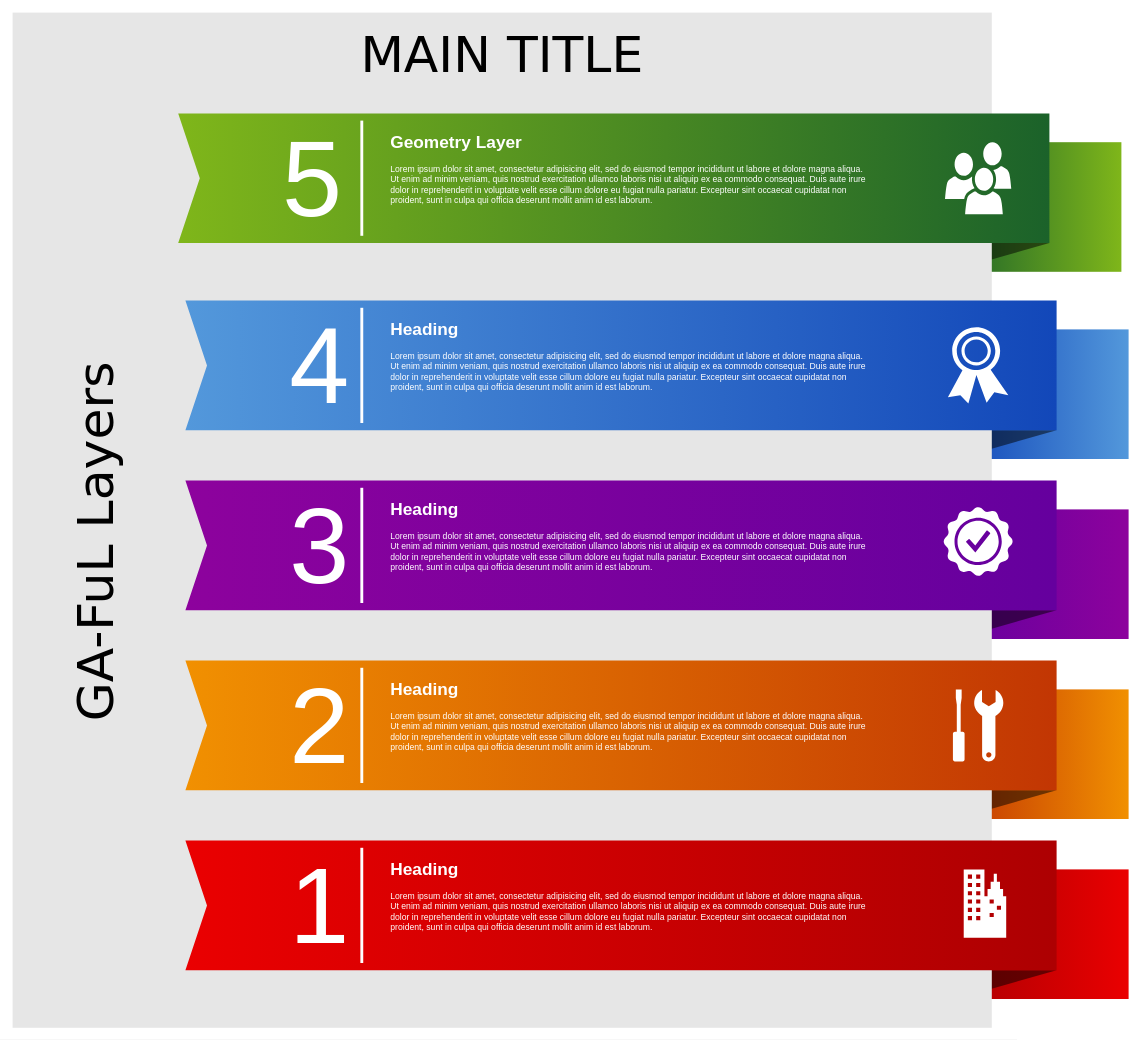
ga-explorer/GeometricAlgebraFulcrumLib keeps this draw.io diagram as GeometricAlgebraFulcrumLib.Documentation/GA-FuL Layers.drawio. Above is the earlier version. Source tidied: cells renumbered, new cells numbered last; positions are measured from the earlier drawing's top-left corner, leaving out a move shared by most shapes. Both pictures are drawn from the tidied source at 72%, with x=0, y=0 at pixel (12, 12).
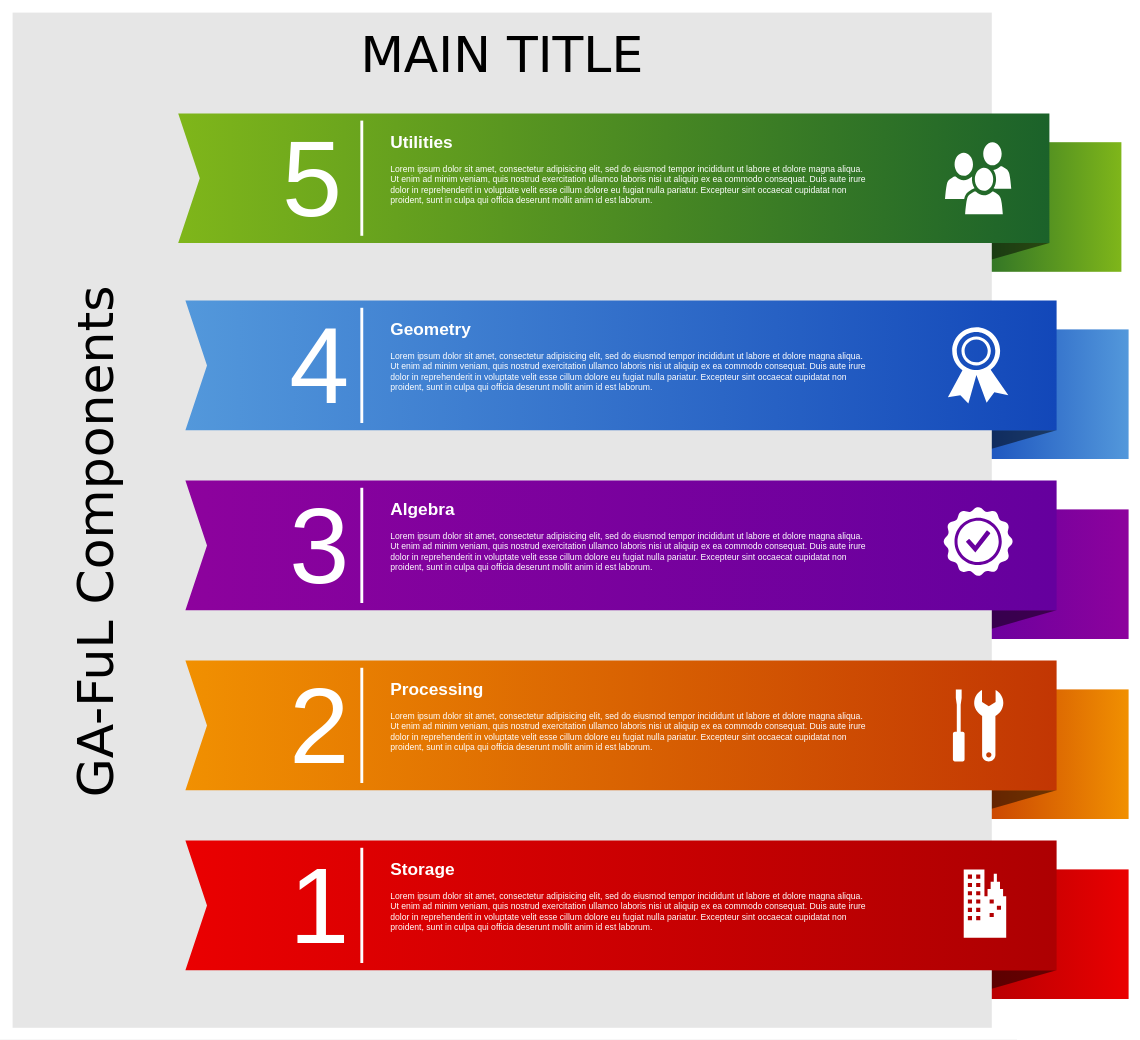
The same diagram, later.

Change to the diagram source:
```diff
@@
-    <mxCell id="18" value="GA-FuL Layers" style="text;html=1;strokeColor=none;fillColor=none;align=center;verticalAlign=middle;whiteSpace=wrap;rounded=0;shadow=0;dashed=0;fontFamily=Verdana;fontSize=70;horizontal=0;" parent="1" vertex="1">
+    <mxCell id="18" value="GA-FuL Components" style="text;html=1;strokeColor=none;fillColor=none;align=center;verticalAlign=middle;whiteSpace=wrap;rounded=0;shadow=0;dashed=0;fontFamily=Verdana;fontSize=70;horizontal=0;" parent="1" vertex="1">
       <mxGeometry x="50" y="140" width="130" height="1190" as="geometry" />
     </mxCell>
@@
-    <mxCell id="29" value="&lt;h1&gt;Geometry Layer&lt;/h1&gt;&lt;p&gt;L&lt;span&gt;orem ipsum dolor sit amet, consectetur adipisicing elit, sed do eiusmod tempor incididunt ut labore et dolore magna aliqua. Ut enim ad minim veniam, quis nostrud exercitation ullamco laboris nisi ut aliquip ex ea commodo consequat. Duis aute irure dolor in reprehenderit in voluptate velit esse cillum dolore eu fugiat nulla pariatur. Excepteur sint occaecat cupidatat non proident, sunt in culpa qui officia deserunt mollit anim id est laborum.&lt;/span&gt;&lt;/p&gt;" style="text;html=1;strokeColor=none;fillColor=none;spacing=5;spacingTop=-20;whiteSpace=wrap;overflow=hidden;rounded=0;shadow=0;dashed=0;fontFamily=Helvetica;fontSize=12;fontColor=#FFFFFF;align=left;" parent="1" vertex="1">
+    <mxCell id="29" value="&lt;h1&gt;Utilities&lt;/h1&gt;&lt;p&gt;L&lt;span&gt;orem ipsum dolor sit amet, consectetur adipisicing elit, sed do eiusmod tempor incididunt ut labore et dolore magna aliqua. Ut enim ad minim veniam, quis nostrud exercitation ullamco laboris nisi ut aliquip ex ea commodo consequat. Duis aute irure dolor in reprehenderit in voluptate velit esse cillum dolore eu fugiat nulla pariatur. Excepteur sint occaecat cupidatat non proident, sunt in culpa qui officia deserunt mollit anim id est laborum.&lt;/span&gt;&lt;/p&gt;" style="text;html=1;strokeColor=none;fillColor=none;spacing=5;spacingTop=-20;whiteSpace=wrap;overflow=hidden;rounded=0;shadow=0;dashed=0;fontFamily=Helvetica;fontSize=12;fontColor=#FFFFFF;align=left;" parent="1" vertex="1">
       <mxGeometry x="520" y="160" width="670" height="140" as="geometry" />
     </mxCell>
-    <mxCell id="30" value="&lt;h1&gt;Heading&lt;/h1&gt;&lt;p&gt;L&lt;span&gt;orem ipsum dolor sit amet, consectetur adipisicing elit, sed do eiusmod tempor incididunt ut labore et dolore magna aliqua. Ut enim ad minim veniam, quis nostrud exercitation ullamco laboris nisi ut aliquip ex ea commodo consequat. Duis aute irure dolor in reprehenderit in voluptate velit esse cillum dolore eu fugiat nulla pariatur. Excepteur sint occaecat cupidatat non proident, sunt in culpa qui officia deserunt mollit anim id est laborum.&lt;/span&gt;&lt;/p&gt;" style="text;html=1;strokeColor=none;fillColor=none;spacing=5;spacingTop=-20;whiteSpace=wrap;overflow=hidden;rounded=0;shadow=0;dashed=0;fontFamily=Helvetica;fontSize=12;fontColor=#FFFFFF;align=left;" parent="1" vertex="1">
+    <mxCell id="30" value="&lt;h1&gt;Geometry&lt;/h1&gt;&lt;p&gt;L&lt;span&gt;orem ipsum dolor sit amet, consectetur adipisicing elit, sed do eiusmod tempor incididunt ut labore et dolore magna aliqua. Ut enim ad minim veniam, quis nostrud exercitation ullamco laboris nisi ut aliquip ex ea commodo consequat. Duis aute irure dolor in reprehenderit in voluptate velit esse cillum dolore eu fugiat nulla pariatur. Excepteur sint occaecat cupidatat non proident, sunt in culpa qui officia deserunt mollit anim id est laborum.&lt;/span&gt;&lt;/p&gt;" style="text;html=1;strokeColor=none;fillColor=none;spacing=5;spacingTop=-20;whiteSpace=wrap;overflow=hidden;rounded=0;shadow=0;dashed=0;fontFamily=Helvetica;fontSize=12;fontColor=#FFFFFF;align=left;" parent="1" vertex="1">
       <mxGeometry x="520" y="420" width="670" height="140" as="geometry" />
     </mxCell>
-    <mxCell id="31" value="&lt;h1&gt;Heading&lt;/h1&gt;&lt;p&gt;L&lt;span&gt;orem ipsum dolor sit amet, consectetur adipisicing elit, sed do eiusmod tempor incididunt ut labore et dolore magna aliqua. Ut enim ad minim veniam, quis nostrud exercitation ullamco laboris nisi ut aliquip ex ea commodo consequat. Duis aute irure dolor in reprehenderit in voluptate velit esse cillum dolore eu fugiat nulla pariatur. Excepteur sint occaecat cupidatat non proident, sunt in culpa qui officia deserunt mollit anim id est laborum.&lt;/span&gt;&lt;/p&gt;" style="text;html=1;strokeColor=none;fillColor=none;spacing=5;spacingTop=-20;whiteSpace=wrap;overflow=hidden;rounded=0;shadow=0;dashed=0;fontFamily=Helvetica;fontSize=12;fontColor=#FFFFFF;align=left;" parent="1" vertex="1">
+    <mxCell id="31" value="&lt;h1&gt;Algebra&lt;/h1&gt;&lt;p&gt;L&lt;span&gt;orem ipsum dolor sit amet, consectetur adipisicing elit, sed do eiusmod tempor incididunt ut labore et dolore magna aliqua. Ut enim ad minim veniam, quis nostrud exercitation ullamco laboris nisi ut aliquip ex ea commodo consequat. Duis aute irure dolor in reprehenderit in voluptate velit esse cillum dolore eu fugiat nulla pariatur. Excepteur sint occaecat cupidatat non proident, sunt in culpa qui officia deserunt mollit anim id est laborum.&lt;/span&gt;&lt;/p&gt;" style="text;html=1;strokeColor=none;fillColor=none;spacing=5;spacingTop=-20;whiteSpace=wrap;overflow=hidden;rounded=0;shadow=0;dashed=0;fontFamily=Helvetica;fontSize=12;fontColor=#FFFFFF;align=left;" parent="1" vertex="1">
       <mxGeometry x="520" y="670" width="670" height="140" as="geometry" />
     </mxCell>
-    <mxCell id="32" value="&lt;h1&gt;Heading&lt;/h1&gt;&lt;p&gt;L&lt;span&gt;orem ipsum dolor sit amet, consectetur adipisicing elit, sed do eiusmod tempor incididunt ut labore et dolore magna aliqua. Ut enim ad minim veniam, quis nostrud exercitation ullamco laboris nisi ut aliquip ex ea commodo consequat. Duis aute irure dolor in reprehenderit in voluptate velit esse cillum dolore eu fugiat nulla pariatur. Excepteur sint occaecat cupidatat non proident, sunt in culpa qui officia deserunt mollit anim id est laborum.&lt;/span&gt;&lt;/p&gt;" style="text;html=1;strokeColor=none;fillColor=none;spacing=5;spacingTop=-20;whiteSpace=wrap;overflow=hidden;rounded=0;shadow=0;dashed=0;fontFamily=Helvetica;fontSize=12;fontColor=#FFFFFF;align=left;" parent="1" vertex="1">
+    <mxCell id="32" value="&lt;h1&gt;Processing&lt;/h1&gt;&lt;p&gt;L&lt;span&gt;orem ipsum dolor sit amet, consectetur adipisicing elit, sed do eiusmod tempor incididunt ut labore et dolore magna aliqua. Ut enim ad minim veniam, quis nostrud exercitation ullamco laboris nisi ut aliquip ex ea commodo consequat. Duis aute irure dolor in reprehenderit in voluptate velit esse cillum dolore eu fugiat nulla pariatur. Excepteur sint occaecat cupidatat non proident, sunt in culpa qui officia deserunt mollit anim id est laborum.&lt;/span&gt;&lt;/p&gt;" style="text;html=1;strokeColor=none;fillColor=none;spacing=5;spacingTop=-20;whiteSpace=wrap;overflow=hidden;rounded=0;shadow=0;dashed=0;fontFamily=Helvetica;fontSize=12;fontColor=#FFFFFF;align=left;" parent="1" vertex="1">
       <mxGeometry x="520" y="920" width="670" height="140" as="geometry" />
     </mxCell>
-    <mxCell id="33" value="&lt;h1&gt;Heading&lt;/h1&gt;&lt;p&gt;L&lt;span&gt;orem ipsum dolor sit amet, consectetur adipisicing elit, sed do eiusmod tempor incididunt ut labore et dolore magna aliqua. Ut enim ad minim veniam, quis nostrud exercitation ullamco laboris nisi ut aliquip ex ea commodo consequat. Duis aute irure dolor in reprehenderit in voluptate velit esse cillum dolore eu fugiat nulla pariatur. Excepteur sint occaecat cupidatat non proident, sunt in culpa qui officia deserunt mollit anim id est laborum.&lt;/span&gt;&lt;/p&gt;" style="text;html=1;strokeColor=none;fillColor=none;spacing=5;spacingTop=-20;whiteSpace=wrap;overflow=hidden;rounded=0;shadow=0;dashed=0;fontFamily=Helvetica;fontSize=12;fontColor=#FFFFFF;align=left;" parent="1" vertex="1">
+    <mxCell id="33" value="&lt;h1&gt;Storage&lt;/h1&gt;&lt;p&gt;L&lt;span&gt;orem ipsum dolor sit amet, consectetur adipisicing elit, sed do eiusmod tempor incididunt ut labore et dolore magna aliqua. Ut enim ad minim veniam, quis nostrud exercitation ullamco laboris nisi ut aliquip ex ea commodo consequat. Duis aute irure dolor in reprehenderit in voluptate velit esse cillum dolore eu fugiat nulla pariatur. Excepteur sint occaecat cupidatat non proident, sunt in culpa qui officia deserunt mollit anim id est laborum.&lt;/span&gt;&lt;/p&gt;" style="text;html=1;strokeColor=none;fillColor=none;spacing=5;spacingTop=-20;whiteSpace=wrap;overflow=hidden;rounded=0;shadow=0;dashed=0;fontFamily=Helvetica;fontSize=12;fontColor=#FFFFFF;align=left;" parent="1" vertex="1">
       <mxGeometry x="520" y="1170" width="670" height="140" as="geometry" />
     </mxCell>
```
